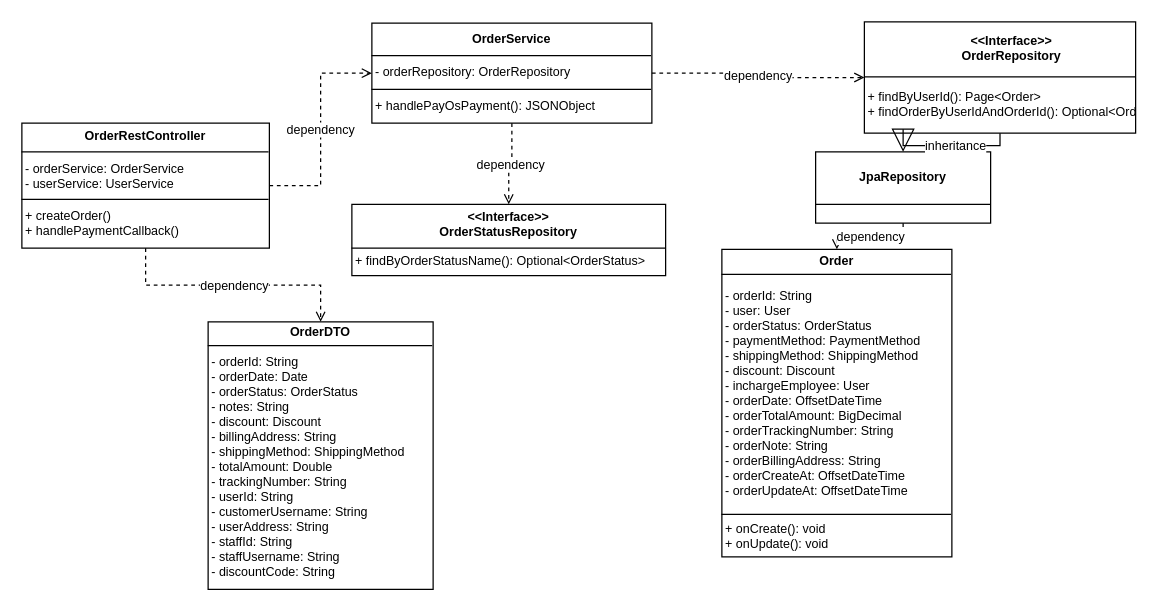
The draw.io diagram docs/drawio/pay-when-received-class-diagram.drawio in maxwell1904/SWP391, before the edit. Source tidied: cells renumbered, new cells numbered last; positions are measured from the earlier drawing's top-left corner, leaving out a move shared by most shapes. Both pictures are drawn from the tidied source at 125%, with x=0, y=0 at pixel (21, 21).
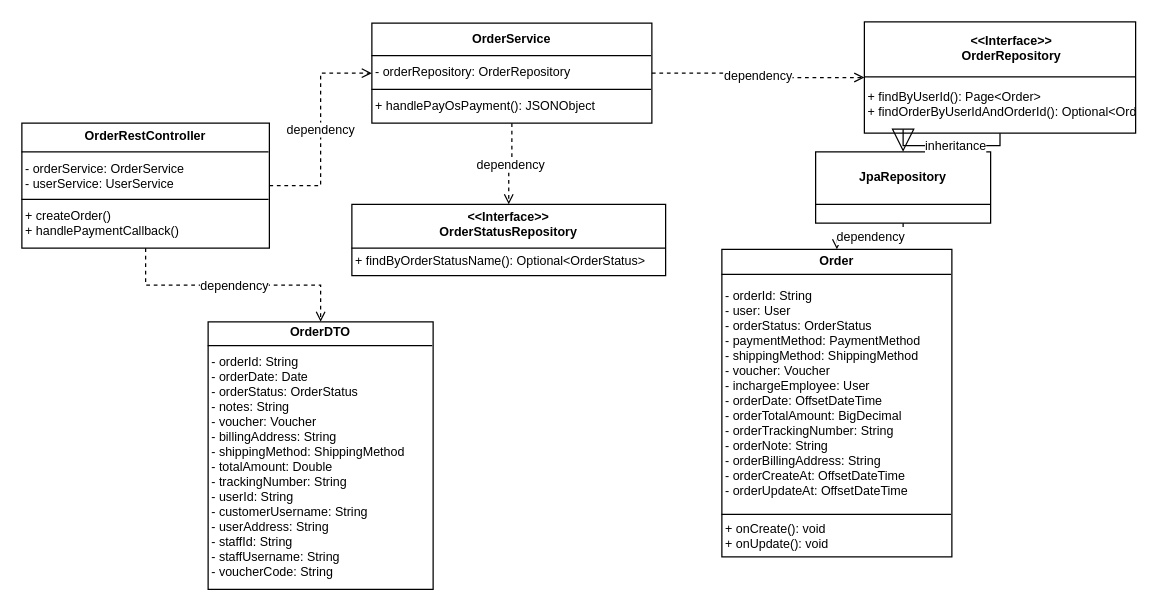
Above is the later version.

The edit, as a diff of the source:
```diff
@@
 <mxGraphModel>
   <root>
     <mxCell id="0" />
     <mxCell id="1" parent="0" />
     <mxCell id="2" value="&lt;table style=&quot;width:100%;height:100%;border-collapse:collapse;font-size:10px;font-family:Helvetica;&quot; cellpadding=&quot;3&quot; cellspacing=&quot;0&quot;&gt;&lt;tr&gt;&lt;td style=&quot;border-bottom:1px solid #000;text-align:center;&quot;&gt;&lt;b&gt;OrderRestController&lt;/b&gt;&lt;/td&gt;&lt;/tr&gt;&lt;tr&gt;&lt;td style=&quot;border-bottom:1px solid #000;&quot; align=&quot;left&quot;&gt;- orderService: OrderService&lt;br/&gt;- userService: UserService&lt;/td&gt;&lt;/tr&gt;&lt;tr&gt;&lt;td align=&quot;left&quot;&gt;+ createOrder()&lt;br/&gt;+ handlePaymentCallback()&lt;/td&gt;&lt;/tr&gt;&lt;/table&gt;" style="shape=rectangle;html=1;overflow=fill;" parent="1" vertex="1">
       <mxGeometry y="81" width="198" height="100" as="geometry" />
     </mxCell>
     <mxCell id="3" value="&lt;table style=&quot;width:100%;height:100%;border-collapse:collapse;font-size:10px;font-family:Helvetica;&quot; cellpadding=&quot;3&quot; cellspacing=&quot;0&quot;&gt;&lt;tr&gt;&lt;td style=&quot;border-bottom:1px solid #000;text-align:center;&quot;&gt;&lt;b&gt;OrderService&lt;/b&gt;&lt;/td&gt;&lt;/tr&gt;&lt;tr&gt;&lt;td style=&quot;border-bottom:1px solid #000;&quot; align=&quot;left&quot;&gt;- orderRepository: OrderRepository&lt;/td&gt;&lt;/tr&gt;&lt;tr&gt;&lt;td align=&quot;left&quot;&gt;+ handlePayOsPayment(): JSONObject&lt;/td&gt;&lt;/tr&gt;&lt;/table&gt;" style="shape=rectangle;html=1;overflow=fill;" parent="1" vertex="1">
       <mxGeometry x="280" y="1" width="224" height="80" as="geometry" />
     </mxCell>
     <mxCell id="4" value="&lt;table style=&quot;width:100%;height:100%;border-collapse:collapse;font-size:10px;font-family:Helvetica;&quot; cellpadding=&quot;3&quot; cellspacing=&quot;0&quot;&gt;&lt;tr&gt;&lt;td style=&quot;border-bottom:1px solid #000;text-align:center;&quot;&gt;&lt;b&gt;&amp;lt;&amp;lt;Interface&amp;gt;&amp;gt;&lt;br/&gt;OrderRepository&lt;/b&gt;&lt;/td&gt;&lt;/tr&gt;&lt;tr&gt;&lt;td align=&quot;left&quot;&gt;+ findByUserId(): Page&amp;lt;Order&amp;gt;&lt;br/&gt;+ findOrderByUserIdAndOrderId(): Optional&amp;lt;Order&amp;gt;&lt;/td&gt;&lt;/tr&gt;&lt;/table&gt;" style="shape=rectangle;html=1;overflow=fill;" parent="1" vertex="1">
       <mxGeometry x="674" width="217" height="89" as="geometry" />
     </mxCell>
     <mxCell id="5" value="&lt;table style=&quot;width:100%;height:100%;border-collapse:collapse;font-size:10px;font-family:Helvetica;&quot; cellpadding=&quot;3&quot; cellspacing=&quot;0&quot;&gt;&lt;tr&gt;&lt;td style=&quot;border-bottom:1px solid #000;text-align:center;&quot;&gt;&lt;b&gt;&amp;lt;&amp;lt;Interface&amp;gt;&amp;gt;&lt;br/&gt;OrderStatusRepository&lt;/b&gt;&lt;/td&gt;&lt;/tr&gt;&lt;tr&gt;&lt;td align=&quot;left&quot;&gt;+ findByOrderStatusName(): Optional&amp;lt;OrderStatus&amp;gt;&lt;/td&gt;&lt;/tr&gt;&lt;/table&gt;" style="shape=rectangle;html=1;overflow=fill;" parent="1" vertex="1">
       <mxGeometry x="264" y="146" width="251" height="57" as="geometry" />
     </mxCell>
     <mxCell id="6" value="&lt;table style=&quot;width:100%;height:100%;border-collapse:collapse;font-size:10px;font-family:Helvetica;&quot; cellpadding=&quot;3&quot; cellspacing=&quot;0&quot;&gt;&lt;tr&gt;&lt;td style=&quot;border-bottom:1px solid #000;text-align:center;&quot;&gt;&lt;b&gt;JpaRepository&lt;/b&gt;&lt;/td&gt;&lt;/tr&gt;&lt;tr&gt;&lt;td&gt;&lt;/td&gt;&lt;/tr&gt;&lt;/table&gt;" style="shape=rectangle;html=1;overflow=fill;" parent="1" vertex="1">
       <mxGeometry x="635" y="104" width="140" height="57" as="geometry" />
     </mxCell>
-    <mxCell id="7" value="&lt;table style=&quot;width:100%;height:100%;border-collapse:collapse;font-size:10px;font-family:Helvetica;&quot; cellpadding=&quot;3&quot; cellspacing=&quot;0&quot;&gt;&lt;tr&gt;&lt;td style=&quot;border-bottom:1px solid #000;text-align:center;&quot;&gt;&lt;b&gt;OrderDTO&lt;/b&gt;&lt;/td&gt;&lt;/tr&gt;&lt;tr&gt;&lt;td align=&quot;left&quot;&gt;- orderId: String&lt;br/&gt;- orderDate: Date&lt;br/&gt;- orderStatus: OrderStatus&lt;br/&gt;- notes: String&lt;br/&gt;- discount: Discount&lt;br/&gt;- billingAddress: String&lt;br/&gt;- shippingMethod: ShippingMethod&lt;br/&gt;- totalAmount: Double&lt;br/&gt;- trackingNumber: String&lt;br/&gt;- userId: String&lt;br/&gt;- customerUsername: String&lt;br/&gt;- userAddress: String&lt;br/&gt;- staffId: String&lt;br/&gt;- staffUsername: String&lt;br/&gt;- discountCode: String&lt;/td&gt;&lt;/tr&gt;&lt;/table&gt;" style="shape=rectangle;html=1;overflow=fill;" parent="1" vertex="1">
+    <mxCell id="7" value="&lt;table style=&quot;width:100%;height:100%;border-collapse:collapse;font-size:10px;font-family:Helvetica;&quot; cellpadding=&quot;3&quot; cellspacing=&quot;0&quot;&gt;&lt;tr&gt;&lt;td style=&quot;border-bottom:1px solid #000;text-align:center;&quot;&gt;&lt;b&gt;OrderDTO&lt;/b&gt;&lt;/td&gt;&lt;/tr&gt;&lt;tr&gt;&lt;td align=&quot;left&quot;&gt;- orderId: String&lt;br/&gt;- orderDate: Date&lt;br/&gt;- orderStatus: OrderStatus&lt;br/&gt;- notes: String&lt;br/&gt;- voucher: Voucher&lt;br/&gt;- billingAddress: String&lt;br/&gt;- shippingMethod: ShippingMethod&lt;br/&gt;- totalAmount: Double&lt;br/&gt;- trackingNumber: String&lt;br/&gt;- userId: String&lt;br/&gt;- customerUsername: String&lt;br/&gt;- userAddress: String&lt;br/&gt;- staffId: String&lt;br/&gt;- staffUsername: String&lt;br/&gt;- voucherCode: String&lt;/td&gt;&lt;/tr&gt;&lt;/table&gt;" style="shape=rectangle;html=1;overflow=fill;" parent="1" vertex="1">
       <mxGeometry x="149" y="240" width="180" height="214" as="geometry" />
     </mxCell>
-    <mxCell id="8" value="&lt;table style=&quot;width:100%;height:100%;border-collapse:collapse;font-size:10px;font-family:Helvetica;&quot; cellpadding=&quot;3&quot; cellspacing=&quot;0&quot;&gt;&lt;tr&gt;&lt;td style=&quot;border-bottom:1px solid #000;text-align:center;&quot;&gt;&lt;b&gt;Order&lt;/b&gt;&lt;/td&gt;&lt;/tr&gt;&lt;tr&gt;&lt;td style=&quot;border-bottom:1px solid #000;&quot; align=&quot;left&quot;&gt;- orderId: String&lt;br/&gt;- user: User&lt;br/&gt;- orderStatus: OrderStatus&lt;br/&gt;- paymentMethod: PaymentMethod&lt;br/&gt;- shippingMethod: ShippingMethod&lt;br/&gt;- discount: Discount&lt;br/&gt;- inchargeEmployee: User&lt;br/&gt;- orderDate: OffsetDateTime&lt;br/&gt;- orderTotalAmount: BigDecimal&lt;br/&gt;- orderTrackingNumber: String&lt;br/&gt;- orderNote: String&lt;br/&gt;- orderBillingAddress: String&lt;br/&gt;- orderCreateAt: OffsetDateTime&lt;br/&gt;- orderUpdateAt: OffsetDateTime&lt;/td&gt;&lt;/tr&gt;&lt;tr&gt;&lt;td align=&quot;left&quot;&gt;+ onCreate(): void&lt;br/&gt;+ onUpdate(): void&lt;/td&gt;&lt;/tr&gt;&lt;/table&gt;" style="shape=rectangle;html=1;overflow=fill;" parent="1" vertex="1">
+    <mxCell id="8" value="&lt;table style=&quot;width:100%;height:100%;border-collapse:collapse;font-size:10px;font-family:Helvetica;&quot; cellpadding=&quot;3&quot; cellspacing=&quot;0&quot;&gt;&lt;tr&gt;&lt;td style=&quot;border-bottom:1px solid #000;text-align:center;&quot;&gt;&lt;b&gt;Order&lt;/b&gt;&lt;/td&gt;&lt;/tr&gt;&lt;tr&gt;&lt;td style=&quot;border-bottom:1px solid #000;&quot; align=&quot;left&quot;&gt;- orderId: String&lt;br/&gt;- user: User&lt;br/&gt;- orderStatus: OrderStatus&lt;br/&gt;- paymentMethod: PaymentMethod&lt;br/&gt;- shippingMethod: ShippingMethod&lt;br/&gt;- voucher: Voucher&lt;br/&gt;- inchargeEmployee: User&lt;br/&gt;- orderDate: OffsetDateTime&lt;br/&gt;- orderTotalAmount: BigDecimal&lt;br/&gt;- orderTrackingNumber: String&lt;br/&gt;- orderNote: String&lt;br/&gt;- orderBillingAddress: String&lt;br/&gt;- orderCreateAt: OffsetDateTime&lt;br/&gt;- orderUpdateAt: OffsetDateTime&lt;/td&gt;&lt;/tr&gt;&lt;tr&gt;&lt;td align=&quot;left&quot;&gt;+ onCreate(): void&lt;br/&gt;+ onUpdate(): void&lt;/td&gt;&lt;/tr&gt;&lt;/table&gt;" style="shape=rectangle;html=1;overflow=fill;" parent="1" vertex="1">
       <mxGeometry x="560" y="182" width="184" height="246" as="geometry" />
     </mxCell>
     <mxCell id="9" value="dependency" style="edgeStyle=orthogonalEdgeStyle;rounded=0;html=1;dashed=1;endArrow=open;endFill=0;fontSize=10;" parent="1" edge="1" source="2" target="3">
       <mxGeometry relative="1" as="geometry" />
     </mxCell>
     <mxCell id="10" value="dependency" style="edgeStyle=orthogonalEdgeStyle;rounded=0;html=1;dashed=1;endArrow=open;endFill=0;fontSize=10;" parent="1" edge="1" source="2" target="7">
       <mxGeometry relative="1" as="geometry" />
     </mxCell>
     <mxCell id="11" value="dependency" style="edgeStyle=orthogonalEdgeStyle;rounded=0;html=1;dashed=1;endArrow=open;endFill=0;fontSize=10;" parent="1" edge="1" source="3" target="4">
       <mxGeometry relative="1" as="geometry" />
     </mxCell>
     <mxCell id="12" value="dependency" style="edgeStyle=orthogonalEdgeStyle;rounded=0;html=1;dashed=1;endArrow=open;endFill=0;fontSize=10;" parent="1" edge="1" source="3" target="5">
       <mxGeometry relative="1" as="geometry" />
     </mxCell>
     <mxCell id="13" value="inheritance" style="edgeStyle=orthogonalEdgeStyle;rounded=0;html=1;endArrow=block;endFill=0;endSize=16;fontSize=10;" parent="1" edge="1" source="4" target="6">
       <mxGeometry relative="1" as="geometry" />
     </mxCell>
     <mxCell id="14" value="dependency" style="edgeStyle=orthogonalEdgeStyle;rounded=0;html=1;dashed=1;endArrow=open;endFill=0;fontSize=10;" parent="1" edge="1" source="6" target="8">
       <mxGeometry relative="1" as="geometry" />
     </mxCell>
   </root>
 </mxGraphModel>
```
